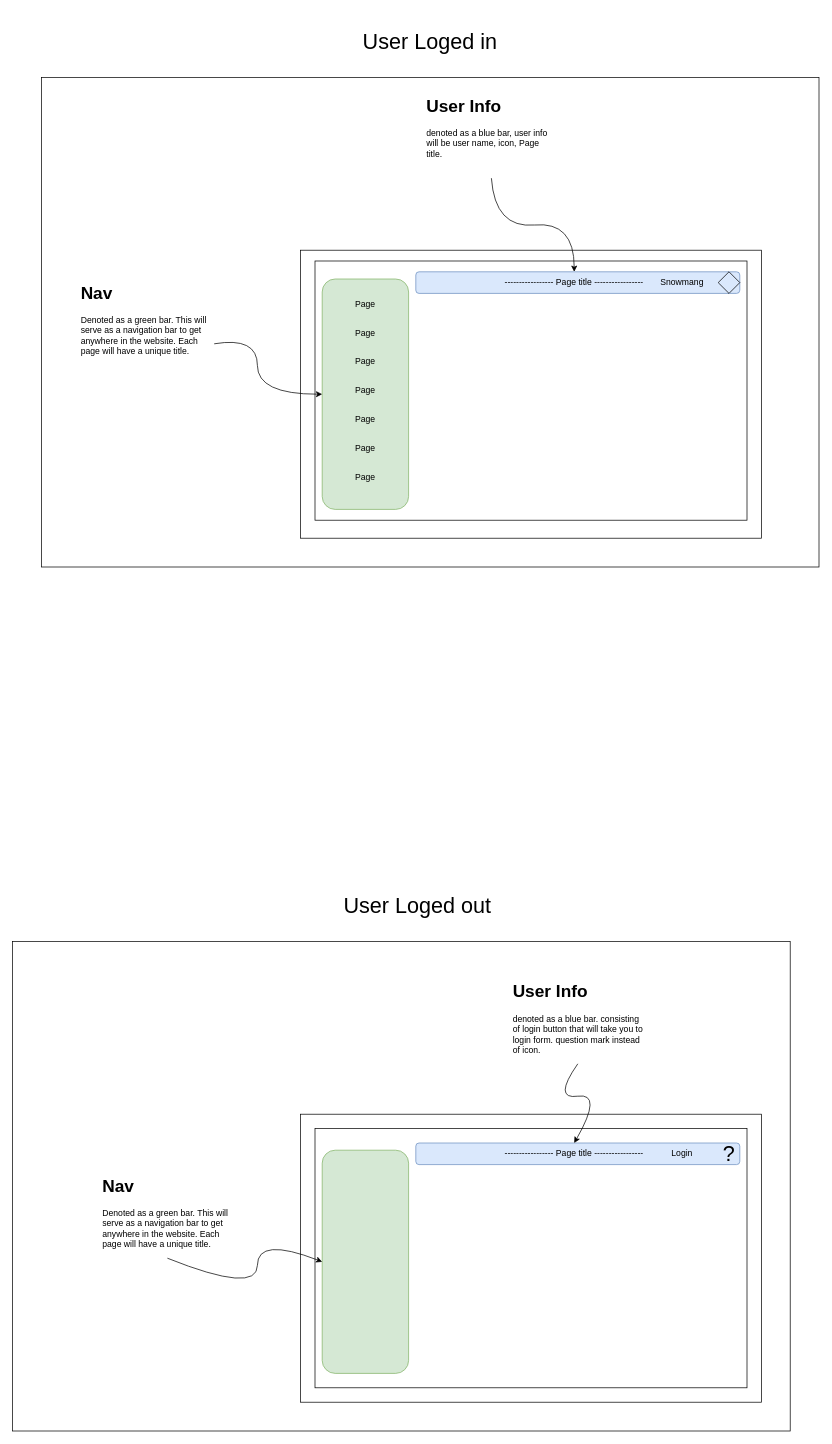
This is wireframing.drawio from snowmang1/culinary_ocean, a draw.io file, before an edit. Source tidied: cells renumbered, new cells numbered last; positions are measured from the earlier drawing's top-left corner, leaving out a move shared by most shapes. Both pictures are drawn from the tidied source at 72%, with x=0, y=0 at pixel (12, 12).
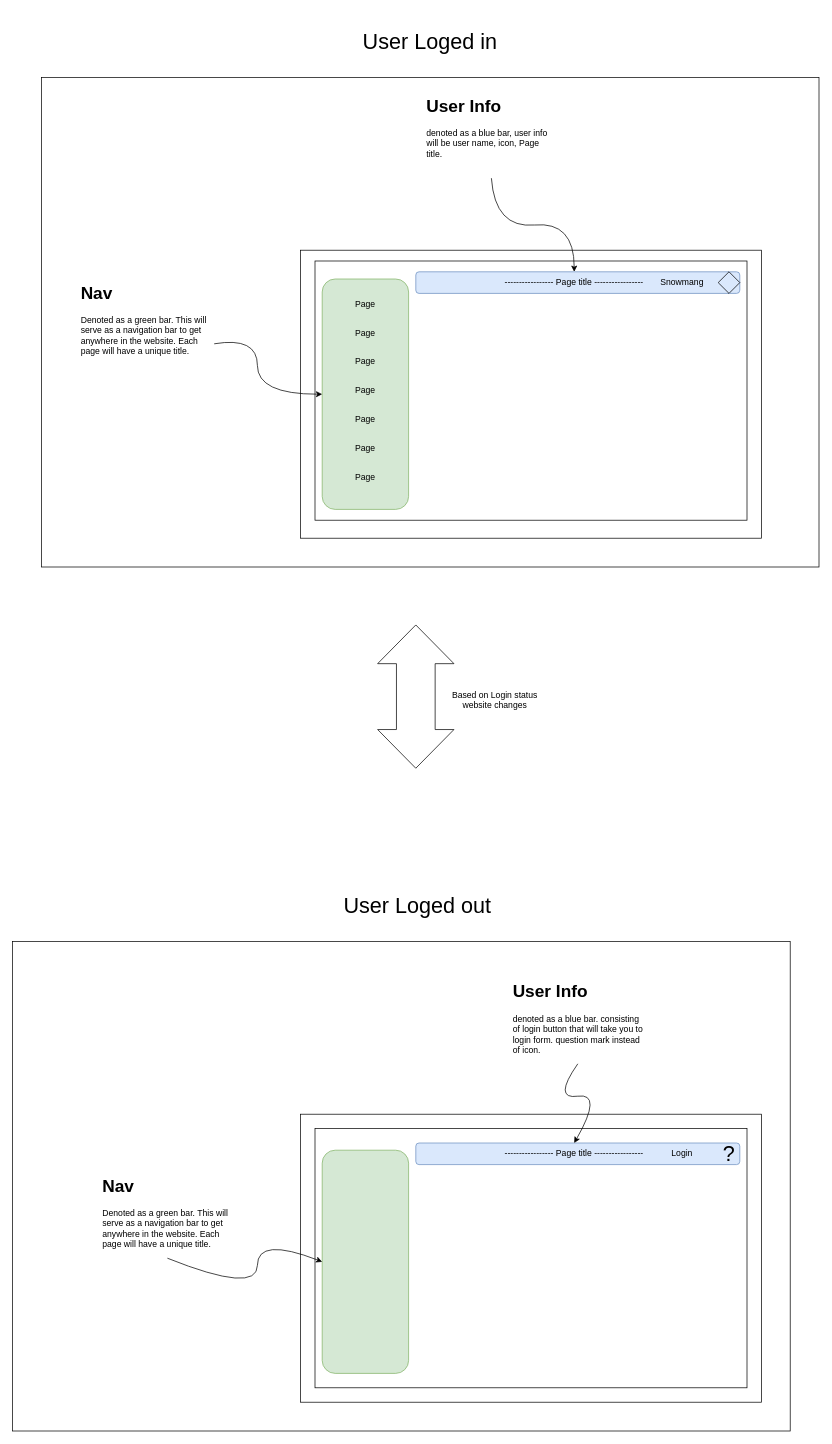
Above is the later version.

Commit message:
updated basic frame

Change to the diagram source:
```diff
@@
+    <mxCell id="43" style="shape=flexArrow;endArrow=classic;startArrow=classic;html=1;rounded=0;fontFamily=Helvetica;fontSize=12;endWidth=51.25;endSize=17.5875;startWidth=51.25;startSize=17.5875;width=53.75;" parent="1" edge="1">
+      <mxGeometry relative="1" as="geometry">
+        <mxPoint x="560" y="1050" as="sourcePoint" />
+        <mxPoint x="560" y="850" as="targetPoint" />
+      </mxGeometry>
+    </mxCell>
+    <mxCell id="44" value="Based on Login status website changes" style="text;html=1;strokeColor=none;fillColor=none;align=center;verticalAlign=middle;whiteSpace=wrap;rounded=0;fontFamily=Helvetica;fontSize=12;" parent="1" vertex="1">
+      <mxGeometry x="600" y="940" width="140" height="30" as="geometry" />
+    </mxCell>
```
